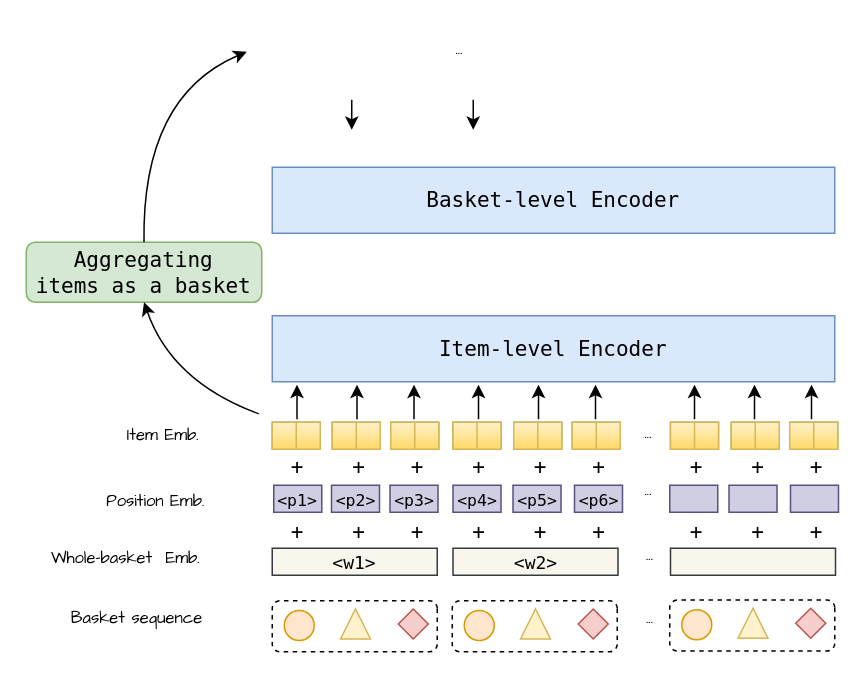
Earlier version of the draw.io diagram architect.drawio (wenqisun/data). Source tidied: cells renumbered, new cells numbered last; positions are measured from the earlier drawing's top-left corner, leaving out a move shared by most shapes. Both pictures are drawn from the tidied source at 150%, with x=0, y=0 at pixel (26, 26).
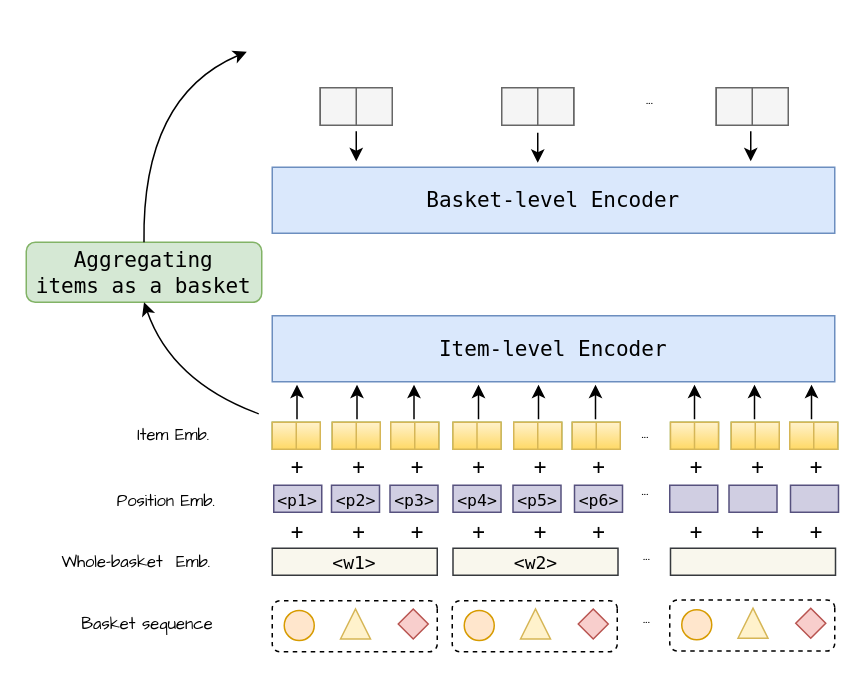
The same diagram, later.

Diff of the diagram source:
```diff
@@
     <mxCell id="3" value="&lt;p style=&quot;line-height: 0%;&quot;&gt;&lt;font face=&quot;Comic Sans MS&quot; style=&quot;font-size: 11px;&quot;&gt;Basket&amp;nbsp;&lt;/font&gt;&lt;span style=&quot;font-size: 11px; font-family: &amp;quot;Comic Sans MS&amp;quot;; background-color: initial;&quot;&gt;sequence&lt;/span&gt;&lt;/p&gt;" style="text;strokeColor=none;align=center;fillColor=none;html=1;verticalAlign=middle;whiteSpace=wrap;rounded=0;dashed=1;" parent="1" vertex="1">
-      <mxGeometry x="23.5" y="379" width="100" height="30" as="geometry" />
+      <mxGeometry x="30.5" y="383" width="100" height="30" as="geometry" />
     </mxCell>
@@
     <mxCell id="6" value="&lt;p style=&quot;line-height: 0%;&quot;&gt;&lt;font face=&quot;Comic Sans MS&quot;&gt;&lt;span style=&quot;font-size: 11px;&quot;&gt;...&lt;/span&gt;&lt;/font&gt;&lt;/p&gt;" style="text;strokeColor=none;align=center;fillColor=none;html=1;verticalAlign=middle;whiteSpace=wrap;rounded=0;dashed=1;" parent="1" vertex="1">
-      <mxGeometry x="274" width="30" height="30" as="geometry" />
+      <mxGeometry x="401" y="33" width="30" height="30" as="geometry" />
     </mxCell>
@@
     <mxCell id="11" value="&lt;p style=&quot;line-height: 0%;&quot;&gt;&lt;font face=&quot;Comic Sans MS&quot;&gt;&lt;span style=&quot;font-size: 11px;&quot;&gt;...&lt;/span&gt;&lt;/font&gt;&lt;/p&gt;" style="text;strokeColor=none;align=center;fillColor=none;html=1;verticalAlign=middle;whiteSpace=wrap;rounded=0;dashed=1;" parent="1" vertex="1">
-      <mxGeometry x="401" y="378.5" width="30" height="30" as="geometry" />
+      <mxGeometry x="399" y="378.5" width="30" height="30" as="geometry" />
     </mxCell>
@@
     <mxCell id="13" value="&lt;p style=&quot;line-height: 0%;&quot;&gt;&lt;font face=&quot;Comic Sans MS&quot;&gt;&lt;span style=&quot;font-size: 11px;&quot;&gt;Item Emb.&lt;/span&gt;&lt;/font&gt;&lt;/p&gt;" style="text;strokeColor=none;align=center;fillColor=none;html=1;verticalAlign=middle;whiteSpace=wrap;rounded=0;dashed=1;" parent="1" vertex="1">
-      <mxGeometry x="53.2" y="257" width="76.5" height="30" as="geometry" />
+      <mxGeometry x="60.2" y="257" width="76.5" height="30" as="geometry" />
     </mxCell>
     <mxCell id="14" value="&lt;p style=&quot;line-height: 0%;&quot;&gt;&lt;font face=&quot;Comic Sans MS&quot;&gt;&lt;span style=&quot;font-size: 11px;&quot;&gt;Whole-basket&amp;nbsp; Emb.&lt;/span&gt;&lt;/font&gt;&lt;/p&gt;" style="text;strokeColor=none;align=center;fillColor=none;html=1;verticalAlign=middle;whiteSpace=wrap;rounded=0;dashed=1;" parent="1" vertex="1">
-      <mxGeometry x="9" y="339" width="114.5" height="30" as="geometry" />
+      <mxGeometry x="16" y="342" width="114.5" height="30" as="geometry" />
     </mxCell>
     <mxCell id="15" value="&lt;p style=&quot;line-height: 0%;&quot;&gt;&lt;font face=&quot;Comic Sans MS&quot;&gt;&lt;span style=&quot;font-size: 11px;&quot;&gt;Position Emb.&lt;/span&gt;&lt;/font&gt;&lt;/p&gt;" style="text;strokeColor=none;align=center;fillColor=none;html=1;verticalAlign=middle;whiteSpace=wrap;rounded=0;dashed=1;" parent="1" vertex="1">
-      <mxGeometry x="48.2" y="301" width="76.5" height="30" as="geometry" />
+      <mxGeometry x="55.2" y="301" width="76.5" height="30" as="geometry" />
     </mxCell>
@@
     <mxCell id="28" value="&lt;p style=&quot;line-height: 0%;&quot;&gt;&lt;font face=&quot;Comic Sans MS&quot;&gt;&lt;span style=&quot;font-size: 11px;&quot;&gt;...&lt;/span&gt;&lt;/font&gt;&lt;/p&gt;" style="text;strokeColor=none;align=center;fillColor=none;html=1;verticalAlign=middle;whiteSpace=wrap;rounded=0;dashed=1;" parent="1" vertex="1">
-      <mxGeometry x="400" y="294" width="30" height="30" as="geometry" />
+      <mxGeometry x="398" y="294" width="30" height="30" as="geometry" />
     </mxCell>
@@
     <mxCell id="47" value="&lt;p style=&quot;line-height: 0%;&quot;&gt;&lt;font face=&quot;Comic Sans MS&quot;&gt;&lt;span style=&quot;font-size: 11px;&quot;&gt;...&lt;/span&gt;&lt;/font&gt;&lt;/p&gt;" style="text;strokeColor=none;align=center;fillColor=none;html=1;verticalAlign=middle;whiteSpace=wrap;rounded=0;dashed=1;" parent="1" vertex="1">
-      <mxGeometry x="400" y="256" width="30" height="30" as="geometry" />
+      <mxGeometry x="398" y="256" width="30" height="30" as="geometry" />
     </mxCell>
@@
     <mxCell id="75" value="&lt;p style=&quot;line-height: 0%;&quot;&gt;&lt;font face=&quot;Comic Sans MS&quot;&gt;&lt;span style=&quot;font-size: 11px;&quot;&gt;...&lt;/span&gt;&lt;/font&gt;&lt;/p&gt;" style="text;strokeColor=none;align=center;fillColor=none;html=1;verticalAlign=middle;whiteSpace=wrap;rounded=0;dashed=1;" parent="1" vertex="1">
-      <mxGeometry x="401" y="337" width="30" height="30" as="geometry" />
+      <mxGeometry x="399" y="337" width="30" height="30" as="geometry" />
     </mxCell>
@@
     <mxCell id="85" style="endArrow=classic;html=1;rounded=0;fontFamily=Comic Sans MS;fontSize=11;" parent="1" edge="1">
       <mxGeometry relative="1" as="geometry">
-        <mxPoint x="217" y="49" as="sourcePoint" />
-        <mxPoint x="217" y="69" as="targetPoint" />
+        <mxPoint x="220" y="70" as="sourcePoint" />
+        <mxPoint x="220" y="90" as="targetPoint" />
       </mxGeometry>
     </mxCell>
     <mxCell id="86" style="endArrow=classic;html=1;rounded=0;fontFamily=Comic Sans MS;fontSize=11;" parent="1" edge="1">
       <mxGeometry relative="1" as="geometry">
-        <mxPoint x="298" y="49" as="sourcePoint" />
-        <mxPoint x="298" y="69" as="targetPoint" />
+        <mxPoint x="341" y="71" as="sourcePoint" />
+        <mxPoint x="341" y="91" as="targetPoint" />
       </mxGeometry>
     </mxCell>
@@
+    <mxCell id="96" style="endArrow=classic;html=1;rounded=0;fontFamily=Comic Sans MS;fontSize=11;" parent="1" edge="1">
+      <mxGeometry relative="1" as="geometry">
+        <mxPoint x="483" y="70" as="sourcePoint" />
+        <mxPoint x="483" y="90" as="targetPoint" />
+      </mxGeometry>
+    </mxCell>
+    <mxCell id="97" style="group;fillColor=#f5f5f5;strokeColor=#666666;fontColor=#333333;" parent="1" vertex="1">
+      <mxGeometry x="460" y="41" width="48" height="25" as="geometry" />
+    </mxCell>
+    <mxCell id="98" style="rounded=0;whiteSpace=wrap;html=1;fontFamily=Comic Sans MS;fontSize=11;fillColor=#f5f5f5;strokeColor=#666666;fontColor=#333333;" parent="97" vertex="1">
+      <mxGeometry width="48" height="25" as="geometry" />
+    </mxCell>
+    <mxCell id="99" style="endArrow=none;html=1;rounded=0;fontFamily=Comic Sans MS;fontSize=11;entryX=0.5;entryY=0;entryDx=0;entryDy=0;exitX=0.5;exitY=1;exitDx=0;exitDy=0;fillColor=#f5f5f5;strokeColor=#666666;" parent="97" edge="1" source="98" target="98">
+      <mxGeometry relative="1" as="geometry" />
+    </mxCell>
+    <mxCell id="100" style="group;fillColor=#f5f5f5;strokeColor=#666666;fontColor=#333333;" parent="1" vertex="1">
+      <mxGeometry x="317" y="41" width="48" height="25" as="geometry" />
+    </mxCell>
+    <mxCell id="101" style="rounded=0;whiteSpace=wrap;html=1;fontFamily=Comic Sans MS;fontSize=11;fillColor=#f5f5f5;strokeColor=#666666;fontColor=#333333;" parent="100" vertex="1">
+      <mxGeometry width="48" height="25" as="geometry" />
+    </mxCell>
+    <mxCell id="102" style="endArrow=none;html=1;rounded=0;fontFamily=Comic Sans MS;fontSize=11;entryX=0.5;entryY=0;entryDx=0;entryDy=0;exitX=0.5;exitY=1;exitDx=0;exitDy=0;fillColor=#f5f5f5;strokeColor=#666666;" parent="100" edge="1" source="101" target="101">
+      <mxGeometry relative="1" as="geometry" />
+    </mxCell>
+    <mxCell id="103" style="group;fillColor=#f5f5f5;strokeColor=#666666;fontColor=#333333;" parent="1" vertex="1">
+      <mxGeometry x="196" y="41" width="48" height="25" as="geometry" />
+    </mxCell>
+    <mxCell id="104" style="rounded=0;whiteSpace=wrap;html=1;fontFamily=Comic Sans MS;fontSize=11;fillColor=#f5f5f5;strokeColor=#666666;fontColor=#333333;" parent="103" vertex="1">
+      <mxGeometry width="48" height="25" as="geometry" />
+    </mxCell>
+    <mxCell id="105" style="endArrow=none;html=1;rounded=0;fontFamily=Comic Sans MS;fontSize=11;entryX=0.5;entryY=0;entryDx=0;entryDy=0;exitX=0.5;exitY=1;exitDx=0;exitDy=0;fillColor=#f5f5f5;strokeColor=#666666;" parent="103" edge="1" source="104" target="104">
+      <mxGeometry relative="1" as="geometry" />
+    </mxCell>
```
